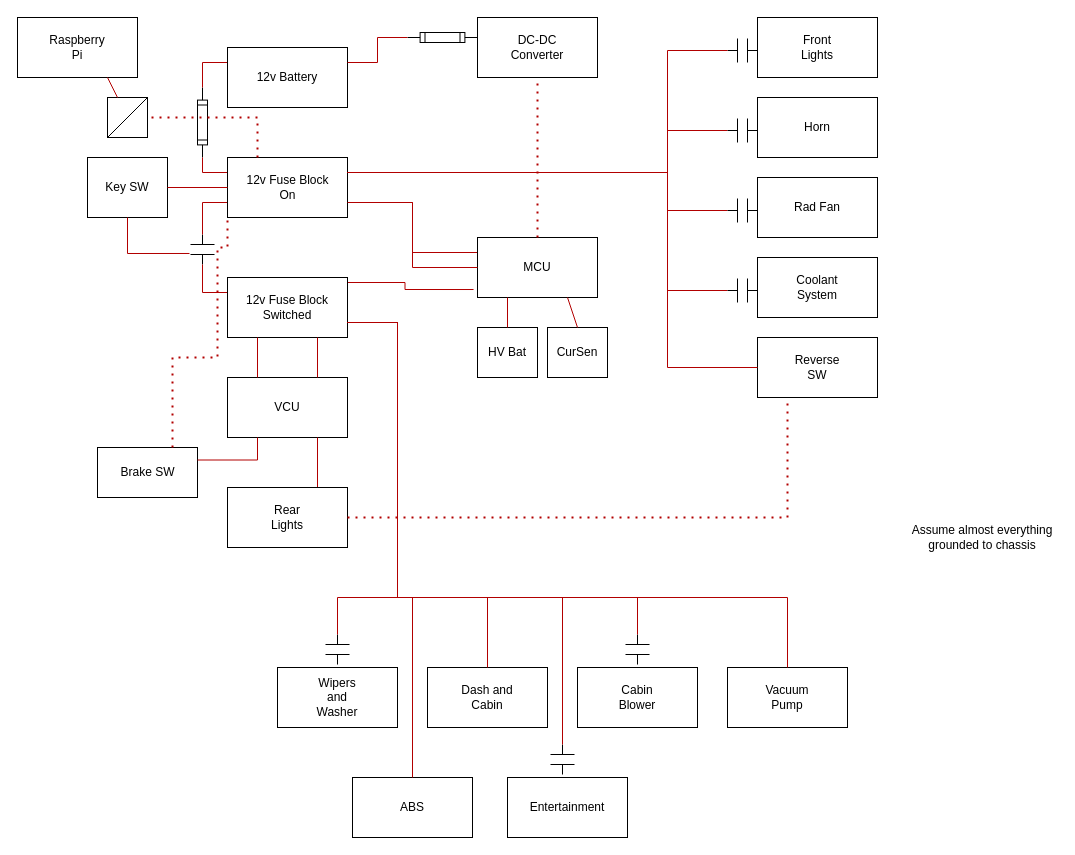
cdvanhorn/ForsanRaneaf keeps this draw.io diagram as ElectricalLowVoltage.drawio. Above is the earlier version. Source tidied: cells renumbered, new cells numbered last; positions are measured from the earlier drawing's top-left corner, leaving out a move shared by most shapes. Both pictures are drawn from the tidied source at 100%, with x=0, y=0 at pixel (17, 17).
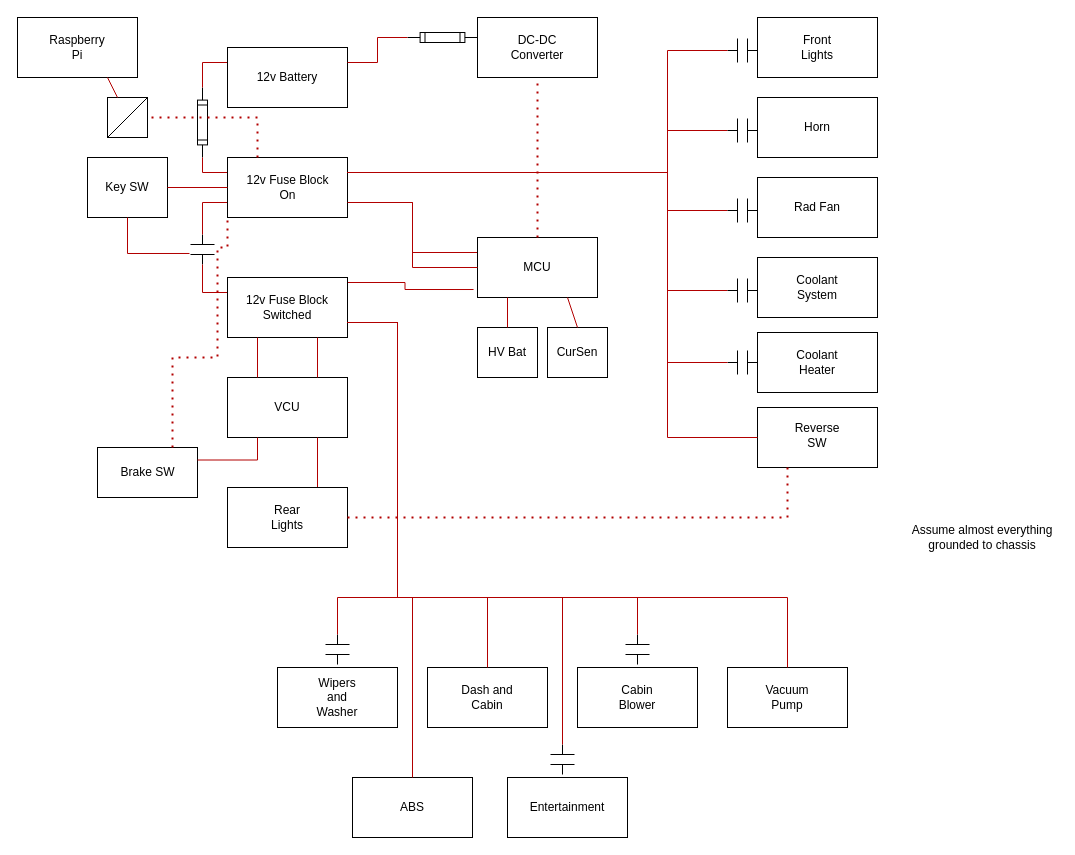
The same page after the edit.

Commit message:
coolant heater needs 12v supply

The change refers to these unchanged cells:
```xml
<mxCell id="21" style="rounded=0;whiteSpace=wrap;html=1;" parent="20" vertex="1">
  <mxGeometry width="120" height="60" as="geometry" />
</mxCell>
```

Change to the diagram source:
```diff
@@
     <mxCell id="101" style="rounded=0;whiteSpace=wrap;html=1;" parent="1" vertex="1">
-      <mxGeometry x="740" y="320" width="120" height="60" as="geometry" />
+      <mxGeometry x="740" y="390" width="120" height="60" as="geometry" />
     </mxCell>
     <mxCell id="102" value="Reverse SW" style="text;html=1;align=center;verticalAlign=middle;whiteSpace=wrap;rounded=0;" parent="1" vertex="1">
-      <mxGeometry x="770" y="335" width="60" height="30" as="geometry" />
+      <mxGeometry x="770" y="400" width="60" height="35" as="geometry" />
     </mxCell>
     <mxCell id="103" style="endArrow=none;html=1;rounded=0;fillColor=#e51400;strokeColor=#B20000;entryX=1;entryY=0.25;entryDx=0;entryDy=0;exitX=0;exitY=0.5;exitDx=0;exitDy=0;edgeStyle=orthogonalEdgeStyle;" parent="1" edge="1" source="101" target="21">
       <mxGeometry relative="1" as="geometry">
         <Array as="points">
-          <mxPoint x="650" y="350" />
+          <mxPoint x="650" y="420" />
           <mxPoint x="650" y="155" />
         </Array>
       </mxGeometry>
     </mxCell>
@@
+    <mxCell id="109" style="rounded=0;whiteSpace=wrap;html=1;" parent="1" vertex="1">
+      <mxGeometry x="740" y="315" width="120" height="60" as="geometry" />
+    </mxCell>
+    <mxCell id="110" value="Coolant Heater" style="text;html=1;align=center;verticalAlign=middle;whiteSpace=wrap;rounded=0;" parent="1" vertex="1">
+      <mxGeometry x="770" y="330" width="60" height="30" as="geometry" />
+    </mxCell>
+    <mxCell id="111" style="verticalLabelPosition=bottom;shadow=0;dashed=0;align=center;html=1;verticalAlign=top;shape=mxgraph.electrical.electro-mechanical.relay_contacts;rotation=0;" parent="1" vertex="1">
+      <mxGeometry x="710" y="333" width="30" height="24" as="geometry" />
+    </mxCell>
+    <mxCell id="112" style="endArrow=none;html=1;rounded=0;entryX=0;entryY=0.5;entryDx=0;entryDy=0;entryPerimeter=0;exitX=1;exitY=0.25;exitDx=0;exitDy=0;edgeStyle=orthogonalEdgeStyle;fillColor=#e51400;strokeColor=#B20000;" parent="1" edge="1" source="21" target="111">
+      <mxGeometry relative="1" as="geometry">
+        <Array as="points">
+          <mxPoint x="650" y="155" />
+          <mxPoint x="650" y="345" />
+        </Array>
+      </mxGeometry>
+    </mxCell>
```
